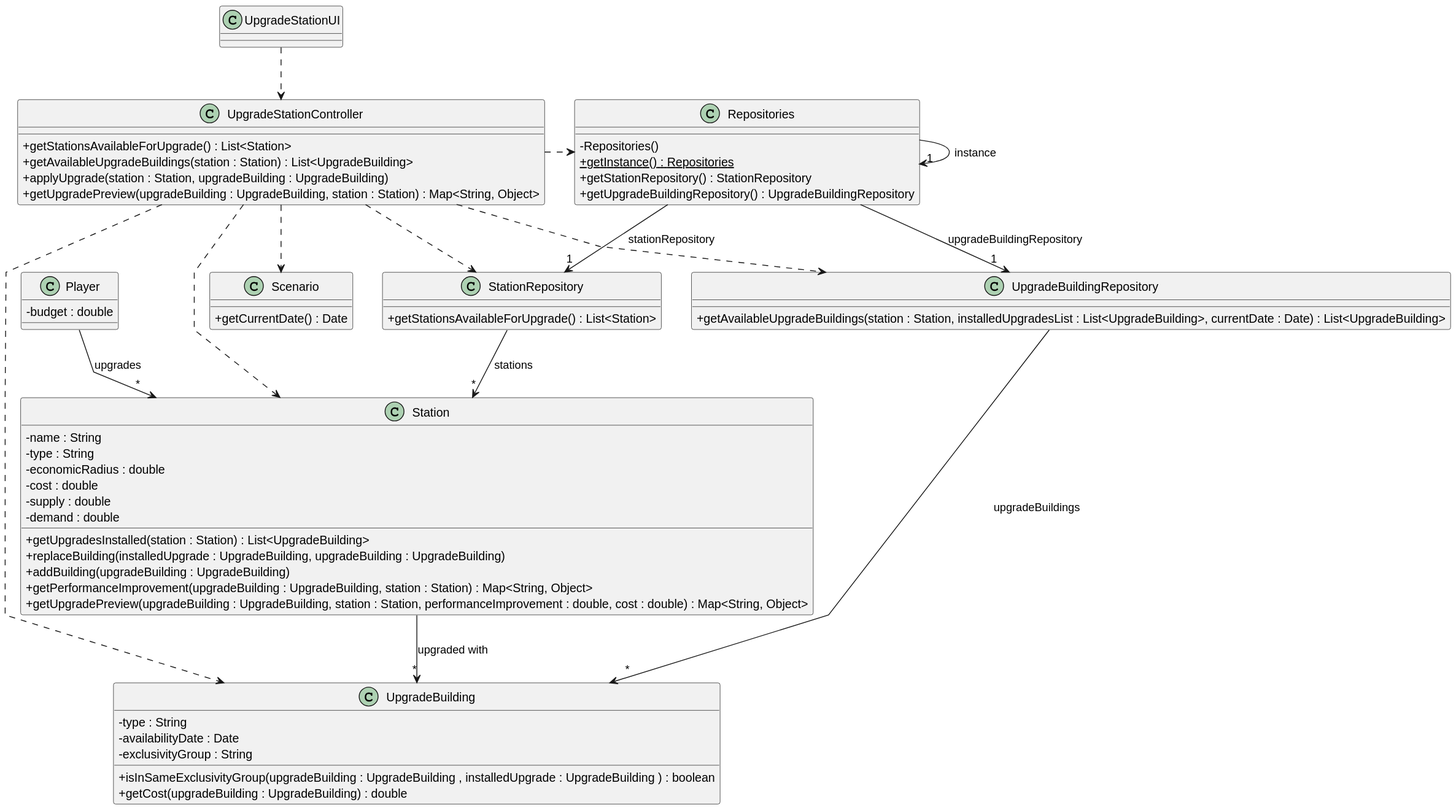
The PlantUML diagram docs/system-documentation/sprint 3/US06/03.design/svg/US006-CD.svg in Educ00/mdisc-2425, before a commit.
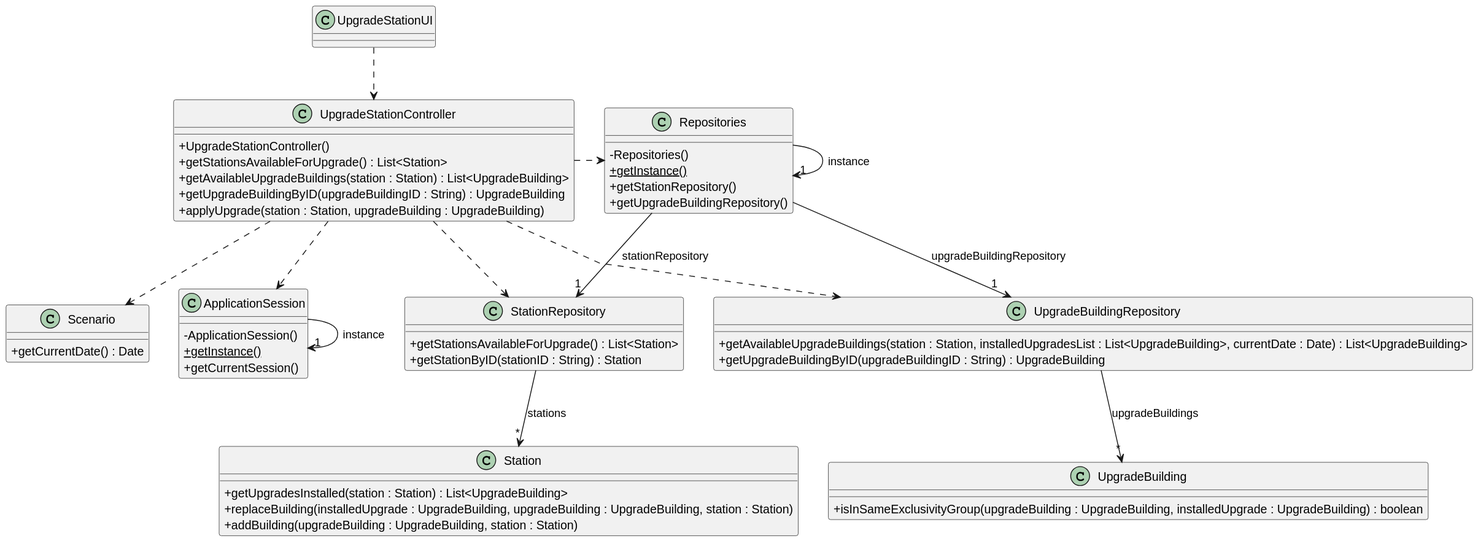
Above is the later version.

Change to the diagram source:
```diff
@@ -4,63 +4,54 @@
 skinparam linetype polyline
 skinparam classAttributeIconSize 0
 
-class Player {
-    - budget : double
-}
-
 class UpgradeStationUI {
 }
 
 class UpgradeStationController {
+    + UpgradeStationController()
     + getStationsAvailableForUpgrade() : List<Station>
     + getAvailableUpgradeBuildings(station : Station) : List<UpgradeBuilding>
+    + getUpgradeBuildingByID(upgradeBuildingID : String) : UpgradeBuilding
     + applyUpgrade(station : Station, upgradeBuilding : UpgradeBuilding)
-    + getUpgradePreview(upgradeBuilding : UpgradeBuilding, station : Station) : Map<String, Object>
 }
 
 class Repositories {
     - Repositories()
-    + {static} getInstance() : Repositories
-    + getStationRepository() : StationRepository
-    + getUpgradeBuildingRepository() : UpgradeBuildingRepository
+    + {static} getInstance()
+    + getStationRepository()
+    + getUpgradeBuildingRepository()
 }
 
 class StationRepository {
     + getStationsAvailableForUpgrade() : List<Station>
+    + getStationByID(stationID : String) : Station
 }
 
 class UpgradeBuildingRepository {
     + getAvailableUpgradeBuildings(station : Station, installedUpgradesList : List<UpgradeBuilding>, currentDate : Date) : List<UpgradeBuilding>
+    + getUpgradeBuildingByID(upgradeBuildingID : String) : UpgradeBuilding
 }
 
 class Station {
-    - name : String
-    - type : String
-    - economicRadius : double
-    - cost : double
-    - supply : double
-    - demand : double
     + getUpgradesInstalled(station : Station) : List<UpgradeBuilding>
-    + replaceBuilding(installedUpgrade : UpgradeBuilding, upgradeBuilding : UpgradeBuilding)
-    + addBuilding(upgradeBuilding : UpgradeBuilding)
-    + getPerformanceImprovement(upgradeBuilding : UpgradeBuilding, station : Station) : Map<String, Object>
-    + getUpgradePreview(upgradeBuilding : UpgradeBuilding, station : Station, performanceImprovement : double, cost : double) : Map<String, Object>
+    + replaceBuilding(installedUpgrade : UpgradeBuilding, upgradeBuilding : UpgradeBuilding, station : Station)
+    + addBuilding(upgradeBuilding : UpgradeBuilding, station : Station)
 }
 
 class UpgradeBuilding {
-    - type : String
-    - availabilityDate : Date
-    - exclusivityGroup : String
-    + isInSameExclusivityGroup(upgradeBuilding : UpgradeBuilding , installedUpgrade : UpgradeBuilding ) : boolean
-    + getCost(upgradeBuilding : UpgradeBuilding) : double
+    + isInSameExclusivityGroup(upgradeBuilding : UpgradeBuilding, installedUpgrade : UpgradeBuilding) : boolean
 }
 
 class Scenario {
     + getCurrentDate() : Date
 }
 
-Player --> "*" Station : upgrades
-Station --> "*" UpgradeBuilding : upgraded with
+class ApplicationSession {
+    - ApplicationSession()
+    + {static} getInstance()
+    + getCurrentSession()
+}
+
 UpgradeStationUI ..> UpgradeStationController
 UpgradeStationController .> Repositories
 Repositories -> "1" Repositories : instance
@@ -69,8 +60,8 @@
 UpgradeStationController ..> StationRepository
 UpgradeStationController ..> UpgradeBuildingRepository
 UpgradeStationController ..> Scenario
-UpgradeStationController ..> Station
-UpgradeStationController ..> UpgradeBuilding
+UpgradeStationController ..> ApplicationSession
 StationRepository --> "*" Station : stations
 UpgradeBuildingRepository --> "*" UpgradeBuilding : upgradeBuildings
+ApplicationSession --> "1" ApplicationSession : instance
 @enduml
```
